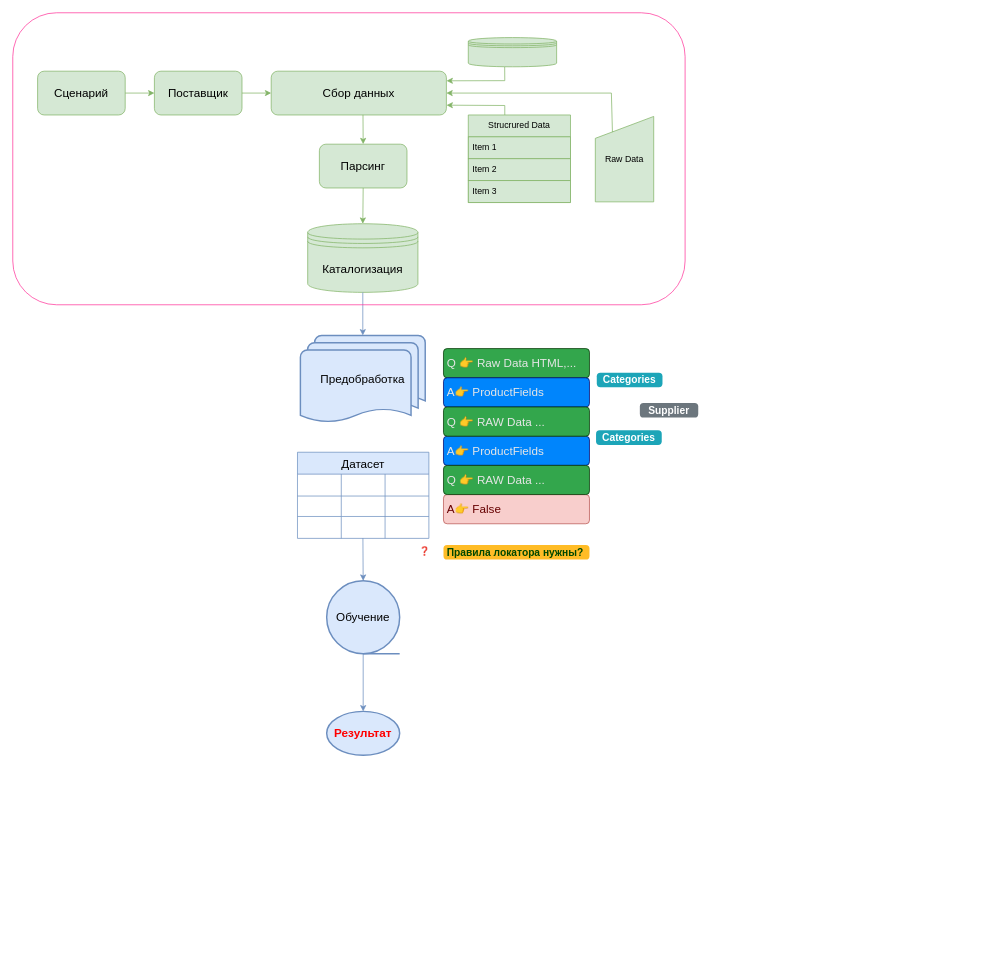
This is page "התויית דרך" (1 of 4) of assets/draw.io/תקשורת-שרת-משתמש.drawio from hypo69/hypotez, a draw.io file, before an edit. Source tidied: cells renumbered, new cells numbered last; positions are measured from the earlier drawing's top-left corner, leaving out a move shared by most shapes. Both pictures are drawn from the tidied source at 73%, with x=0, y=0 at pixel (12, 12).
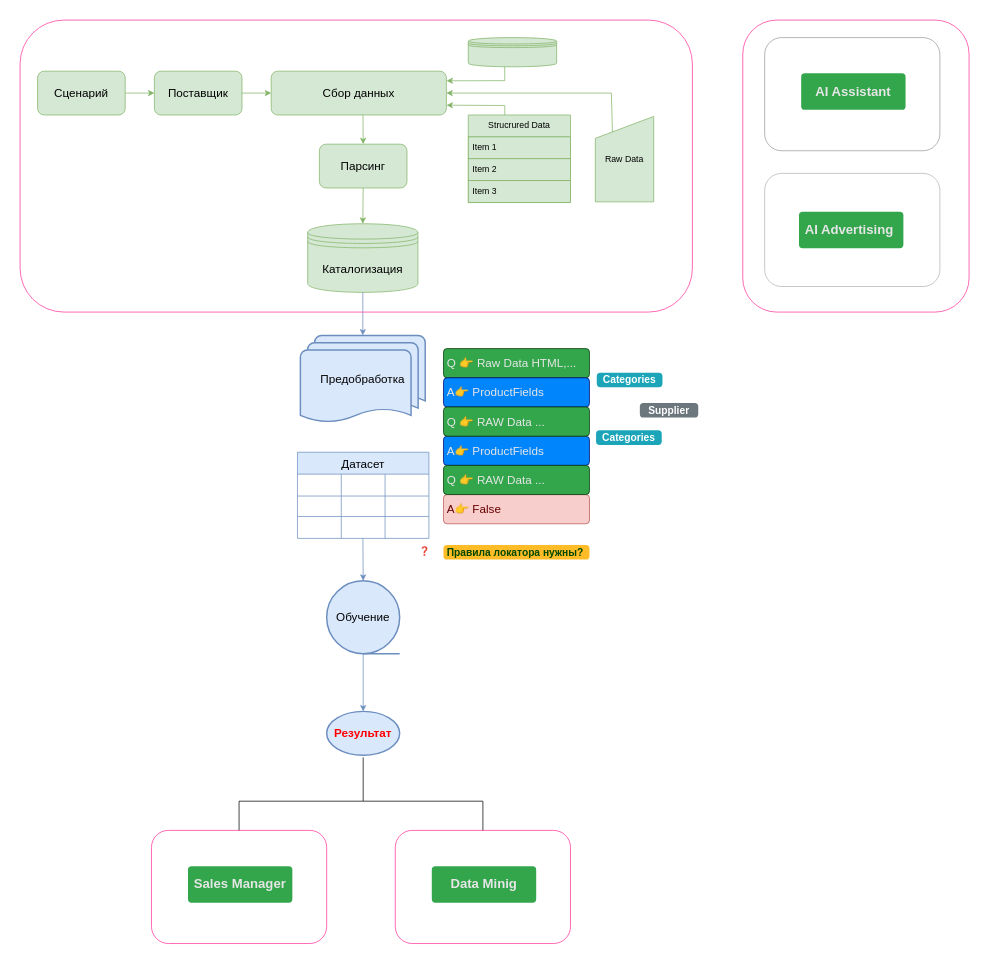
The same diagram, later.

Diff of the diagram source:
```diff
@@
+    <mxCell id="53" style="rounded=1;whiteSpace=wrap;html=1;fillColor=none;strokeColor=#FF3399;" parent="1" vertex="1">
+      <mxGeometry x="10" y="10" width="921" height="400" as="geometry" />
+    </mxCell>
+    <mxCell id="54" style="rounded=1;whiteSpace=wrap;html=1;fillColor=none;strokeColor=#FF3399;" parent="1" vertex="1">
+      <mxGeometry x="190" y="1120" width="240" height="155" as="geometry" />
+    </mxCell>
+    <mxCell id="55" value="&lt;font color=&quot;#e6e6e6&quot; style=&quot;font-size: 18px;&quot;&gt;Sales Manager&lt;/font&gt;" style="html=1;shadow=0;dashed=0;shape=mxgraph.bootstrap.rrect;rSize=5;strokeColor=none;strokeWidth=1;fillColor=#33A64C;fontColor=#FFFFFF;whiteSpace=wrap;align=center;verticalAlign=middle;spacingLeft=0;fontStyle=1;fontSize=14;spacing=5;" parent="1" vertex="1">
+      <mxGeometry x="240" y="1169" width="143" height="50" as="geometry" />
+    </mxCell>
+    <mxCell id="56" style="rounded=1;whiteSpace=wrap;html=1;fillColor=none;strokeColor=#999999;" parent="1" vertex="1">
+      <mxGeometry x="1030" y="34" width="240" height="155" as="geometry" />
+    </mxCell>
+    <mxCell id="57" value="&lt;font color=&quot;#e6e6e6&quot; style=&quot;font-size: 18px;&quot;&gt;AI Assistant&lt;/font&gt;" style="html=1;shadow=0;dashed=0;shape=mxgraph.bootstrap.rrect;rSize=5;strokeColor=none;strokeWidth=1;fillColor=#33A64C;fontColor=#FFFFFF;whiteSpace=wrap;align=center;verticalAlign=middle;spacingLeft=0;fontStyle=1;fontSize=14;spacing=5;" parent="1" vertex="1">
+      <mxGeometry x="1080" y="83" width="143" height="50" as="geometry" />
+    </mxCell>
+    <mxCell id="58" style="rounded=1;whiteSpace=wrap;html=1;fillColor=none;strokeColor=#B3B3B3;" parent="1" vertex="1">
+      <mxGeometry x="1030" y="220" width="240" height="155" as="geometry" />
+    </mxCell>
+    <mxCell id="59" value="&lt;font color=&quot;#e6e6e6&quot; style=&quot;font-size: 18px;&quot;&gt;AI Advertising&amp;nbsp;&lt;/font&gt;" style="html=1;shadow=0;dashed=0;shape=mxgraph.bootstrap.rrect;rSize=5;strokeColor=none;strokeWidth=1;fillColor=#33A64C;fontColor=#FFFFFF;whiteSpace=wrap;align=center;verticalAlign=middle;spacingLeft=0;fontStyle=1;fontSize=14;spacing=5;" parent="1" vertex="1">
+      <mxGeometry x="1077" y="272.5" width="143" height="50" as="geometry" />
+    </mxCell>
+    <mxCell id="60" style="rounded=1;whiteSpace=wrap;html=1;fillColor=none;strokeColor=#FF3399;" parent="1" vertex="1">
+      <mxGeometry x="524" y="1120" width="240" height="155" as="geometry" />
+    </mxCell>
+    <mxCell id="61" value="&lt;font color=&quot;#e6e6e6&quot; style=&quot;font-size: 18px;&quot;&gt;Data Minig&lt;/font&gt;" style="html=1;shadow=0;dashed=0;shape=mxgraph.bootstrap.rrect;rSize=5;strokeColor=none;strokeWidth=1;fillColor=#33A64C;fontColor=#FFFFFF;whiteSpace=wrap;align=center;verticalAlign=middle;spacingLeft=0;fontStyle=1;fontSize=14;spacing=5;" parent="1" vertex="1">
+      <mxGeometry x="574" y="1169" width="143" height="50" as="geometry" />
+    </mxCell>
+    <mxCell id="62" style="endArrow=none;html=1;rounded=0;exitX=0.5;exitY=0;exitDx=0;exitDy=0;entryX=0.5;entryY=0;entryDx=0;entryDy=0;" parent="1" edge="1" source="60" target="54">
+      <mxGeometry relative="1" as="geometry">
+        <Array as="points">
+          <mxPoint x="644" y="1080" />
+          <mxPoint x="480" y="1080" />
+          <mxPoint x="310" y="1080" />
+        </Array>
+      </mxGeometry>
+    </mxCell>
+    <mxCell id="63" style="endArrow=none;html=1;rounded=0;" parent="1" edge="1">
+      <mxGeometry relative="1" as="geometry">
+        <mxPoint x="480" y="1020" as="sourcePoint" />
+        <mxPoint x="480" y="1080" as="targetPoint" />
+      </mxGeometry>
+    </mxCell>
+    <mxCell id="64" style="rounded=1;whiteSpace=wrap;html=1;fillColor=none;strokeColor=#FF3399;" parent="1" vertex="1">
+      <mxGeometry x="1000" y="10" width="310" height="400" as="geometry" />
+    </mxCell>
@@
-    <mxCell id="52" style="rounded=1;whiteSpace=wrap;html=1;fillColor=none;strokeColor=#FF3399;" parent="51" vertex="1">
-      <mxGeometry width="921" height="400" as="geometry" />
-    </mxCell>
```
